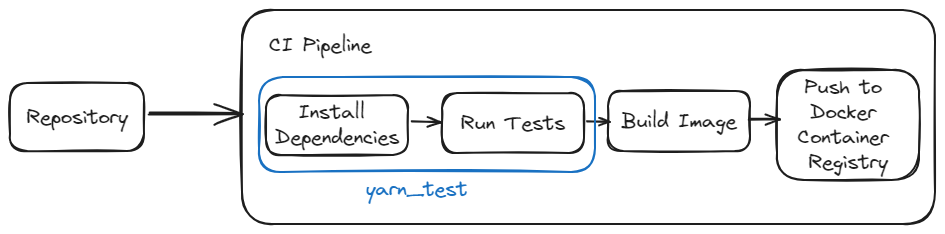
Earlier version of the Excalidraw export attachments/project-1.excalidraw.png (odlot/devsecops-bootcamp). Source tidied: one line per element, renumbered; positions are measured from the earlier drawing's top-left corner, leaving out a move shared by most shapes.
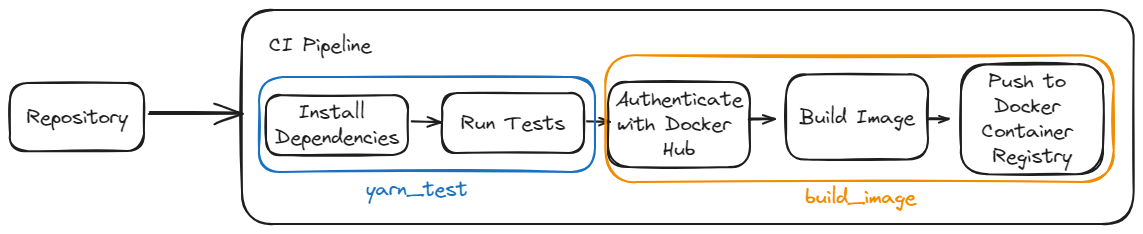
The same file after the commit.

Diff of the diagram source:
```diff
@@ -1,18 +1,23 @@
 {"id": 0, "type": "rectangle", "strokeColor": "#1e1e1e", "strokeWidth": 2, "roughness": 1, "round": true, "x": 0, "y": 73, "width": 134, "height": 68}
 {"id": 1, "type": "text", "text": "Repository", "strokeColor": "#1e1e1e", "strokeWidth": 2, "roughness": 1, "fontSize": 20, "fontFamily": 1, "textAlign": "center", "verticalAlign": "middle", "inside": 0, "x": 16, "y": 94, "width": 101, "height": 25}
-{"id": 2, "type": "arrow", "strokeColor": "#1e1e1e", "strokeWidth": 2, "roughness": 1, "endArrowhead": "arrow", "round": true, "from": 0, "to": 3, "x": 139, "y": 104, "width": 92, "height": 0, "points": [[0, 0], [92, 0]]}
+{"id": 2, "type": "arrow", "strokeColor": "#1e1e1e", "strokeWidth": 2, "roughness": 1, "endArrowhead": "arrow", "round": true, "from": 0, "to": 3, "x": 139, "y": 103, "width": 92, "height": 0, "points": [[0, 0], [92, 0]]}
-{"id": 3, "type": "rectangle", "strokeColor": "#1e1e1e", "strokeWidth": 2, "roughness": 1, "round": true, "x": 232, "y": 0, "width": 693, "height": 214}
+{"id": 3, "type": "rectangle", "strokeColor": "#1e1e1e", "strokeWidth": 2, "roughness": 1, "round": true, "x": 232, "y": 0, "width": 892, "height": 214}
 {"id": 4, "type": "text", "text": "CI Pipeline", "strokeColor": "#1e1e1e", "strokeWidth": 2, "roughness": 1, "fontSize": 20, "fontFamily": 1, "x": 259, "y": 23, "width": 102, "height": 25}
 {"id": 5, "type": "rectangle", "strokeColor": "#1e1e1e", "strokeWidth": 2, "roughness": 1, "round": true, "x": 256, "y": 85, "width": 142, "height": 60}
 {"id": 6, "type": "text", "text": "Install \nDependencies", "strokeColor": "#1e1e1e", "strokeWidth": 2, "roughness": 1, "fontSize": 20, "fontFamily": 1, "textAlign": "center", "verticalAlign": "middle", "inside": 5, "x": 265, "y": 90, "width": 125, "height": 50}
 {"id": 7, "type": "rectangle", "strokeColor": "#1e1e1e", "strokeWidth": 2, "roughness": 1, "round": true, "x": 432, "y": 83, "width": 142, "height": 60}
 {"id": 8, "type": "text", "text": "Run Tests", "strokeColor": "#1e1e1e", "strokeWidth": 2, "roughness": 1, "fontSize": 20, "fontFamily": 1, "textAlign": "center", "verticalAlign": "middle", "inside": 7, "x": 451, "y": 100, "width": 104, "height": 25}
-{"id": 9, "type": "rectangle", "strokeColor": "#1e1e1e", "strokeWidth": 2, "roughness": 1, "round": true, "x": 598, "y": 81, "width": 142, "height": 60}
+{"id": 9, "type": "rectangle", "strokeColor": "#1e1e1e", "strokeWidth": 2, "roughness": 1, "round": true, "x": 598, "y": 72, "width": 142, "height": 85}
-{"id": 10, "type": "text", "text": "Build Image", "strokeColor": "#1e1e1e", "strokeWidth": 2, "roughness": 1, "fontSize": 20, "fontFamily": 1, "textAlign": "center", "verticalAlign": "middle", "inside": 9, "x": 612, "y": 98, "width": 115, "height": 25}
+{"id": 10, "type": "text", "text": "Authenticate\nwith Docker \nHub", "strokeColor": "#1e1e1e", "strokeWidth": 2, "roughness": 1, "fontSize": 20, "fontFamily": 1, "textAlign": "center", "verticalAlign": "middle", "inside": 9, "x": 605, "y": 77, "width": 127, "height": 75}
-{"id": 11, "type": "rectangle", "strokeColor": "#1e1e1e", "strokeWidth": 2, "roughness": 1, "round": true, "x": 767, "y": 60, "width": 142, "height": 110}
+{"id": 11, "type": "rectangle", "strokeColor": "#1e1e1e", "strokeWidth": 2, "roughness": 1, "round": true, "x": 951, "y": 54, "width": 142, "height": 110}
-{"id": 12, "type": "text", "text": "Push to \nDocker \nContainer \nRegistry", "strokeColor": "#1e1e1e", "strokeWidth": 2, "roughness": 1, "fontSize": 20, "fontFamily": 1, "textAlign": "center", "verticalAlign": "middle", "inside": 11, "x": 787, "y": 65, "width": 101, "height": 100}
+{"id": 12, "type": "text", "text": "Push to \nDocker \nContainer \nRegistry", "strokeColor": "#1e1e1e", "strokeWidth": 2, "roughness": 1, "fontSize": 20, "fontFamily": 1, "textAlign": "center", "verticalAlign": "middle", "inside": 11, "x": 971, "y": 59, "width": 101, "height": 100}
 {"id": 13, "type": "arrow", "strokeColor": "#1e1e1e", "strokeWidth": 2, "roughness": 1, "endArrowhead": "arrow", "round": true, "from": 5, "to": 7, "x": 402, "y": 111, "width": 28, "height": 1, "points": [[0, 0], [28, 1]]}
 {"id": 14, "type": "arrow", "strokeColor": "#1e1e1e", "strokeWidth": 2, "roughness": 1, "endArrowhead": "arrow", "round": true, "from": 7, "to": 16, "x": 577, "y": 111, "width": 22, "height": 1, "points": [[0, 0], [22, 1]]}
-{"id": 15, "type": "arrow", "strokeColor": "#1e1e1e", "strokeWidth": 2, "roughness": 1, "endArrowhead": "arrow", "round": true, "x": 739, "y": 109, "width": 30, "height": 0, "points": [[0, 0], [30, 0]]}
+{"id": 15, "type": "arrow", "strokeColor": "#1e1e1e", "strokeWidth": 2, "roughness": 1, "endArrowhead": "arrow", "round": true, "to": 18, "x": 739, "y": 109, "width": 25, "height": 0, "points": [[0, 0], [25, 0]]}
 {"id": 16, "type": "rectangle", "strokeColor": "#1971c2", "strokeWidth": 2, "roughness": 1, "round": true, "x": 249, "y": 67, "width": 336, "height": 95}
 {"id": 17, "type": "text", "text": "yarn_test", "strokeColor": "#1971c2", "strokeWidth": 2, "roughness": 1, "fontSize": 20, "fontFamily": 1, "x": 356, "y": 167, "width": 102, "height": 25}
+{"id": 18, "type": "rectangle", "strokeColor": "#1e1e1e", "strokeWidth": 2, "roughness": 1, "round": true, "x": 776, "y": 64, "width": 142, "height": 85}
+{"id": 19, "type": "text", "text": "Build Image", "strokeColor": "#1e1e1e", "strokeWidth": 2, "roughness": 1, "fontSize": 20, "fontFamily": 1, "textAlign": "center", "verticalAlign": "middle", "inside": 18, "x": 790, "y": 94, "width": 115, "height": 25}
+{"id": 20, "type": "arrow", "strokeColor": "#1e1e1e", "strokeWidth": 2, "roughness": 1, "endArrowhead": "arrow", "round": true, "from": 18, "to": 11, "x": 919, "y": 109, "width": 20, "height": 0, "points": [[0, 0], [20, 0]]}
+{"id": 21, "type": "rectangle", "strokeColor": "#f08c00", "strokeWidth": 2, "roughness": 1, "round": true, "x": 595, "y": 45, "width": 508, "height": 127}
+{"id": 22, "type": "text", "text": "build_image", "strokeColor": "#f08c00", "strokeWidth": 2, "roughness": 1, "fontSize": 20, "fontFamily": 1, "x": 795, "y": 175, "width": 110, "height": 25}
```
